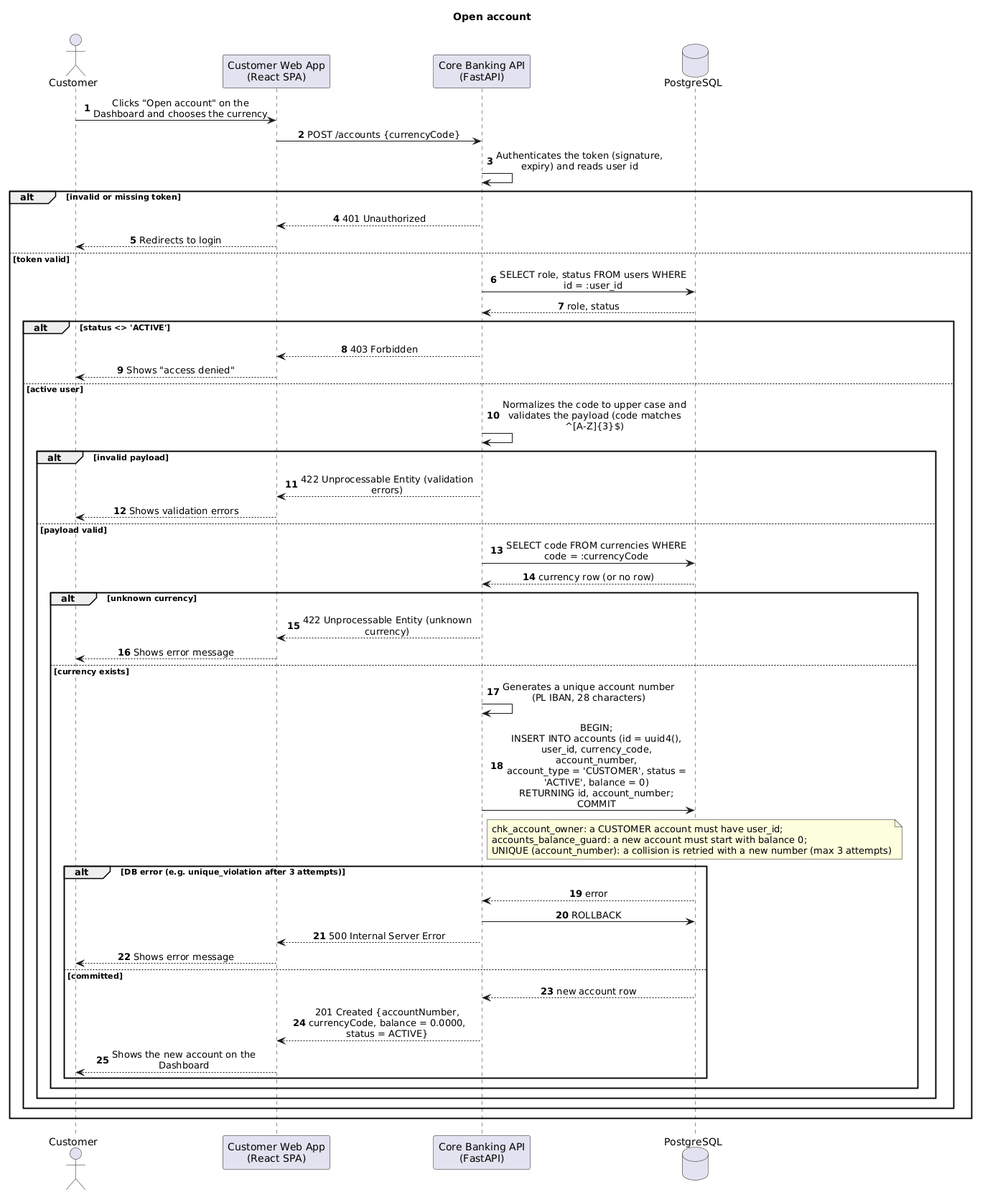
Earlier version of the PlantUML export docs/sequence_diagrams/png/open_account_sequence.png (K0D1Z/software-engineering-project). Source of this version:
```plantuml
@startuml
title Open account
autonumber
skinparam sequenceMessageAlign center
skinparam responseMessageBelowArrow false
skinparam maxMessageSize 260

actor "Customer" as customer
participant "Customer Web App\n(React SPA)" as spa
participant "Core Banking API\n(FastAPI)" as api
database "PostgreSQL" as db

customer -> spa : Clicks "Open account" on the Dashboard and chooses the currency
spa -> api : POST /accounts {currencyCode}
api -> api : Authenticates the token (signature, expiry) and reads user id

alt invalid or missing token
    api --> spa : 401 Unauthorized
    spa --> customer : Redirects to login
else token valid
    api -> db : SELECT role, status FROM users WHERE id = :user_id
    db --> api : role, status
    alt status <> 'ACTIVE'
        api --> spa : 403 Forbidden
        spa --> customer : Shows "access denied"
    else active user
        api -> api : Normalizes the code to upper case and validates the payload (code matches ^[A-Z]{3}$)
        alt invalid payload
            api --> spa : 422 Unprocessable Entity (validation errors)
            spa --> customer : Shows validation errors
        else payload valid
            api -> db : SELECT code FROM currencies WHERE code = :currencyCode
            db --> api : currency row (or no row)
            alt unknown currency
                api --> spa : 422 Unprocessable Entity (unknown currency)
                spa --> customer : Shows error message
            else currency exists
                api -> api : Generates a unique account number (PL IBAN, 28 characters)
                api -> db : BEGIN;\nINSERT INTO accounts (id = uuid4(), user_id, currency_code, account_number,\naccount_type = 'CUSTOMER', status = 'ACTIVE', balance = 0)\nRETURNING id, account_number;\nCOMMIT
                note over db
                    chk_account_owner: a CUSTOMER account must have user_id;
                    accounts_balance_guard: a new account must start with balance 0;
                    UNIQUE (account_number): a collision is retried with a new number (max 3 attempts)
                end note
                alt DB error (e.g. unique_violation after 3 attempts)
                    db --> api : error
                    api -> db : ROLLBACK
                    api --> spa : 500 Internal Server Error
                    spa --> customer : Shows error message
                else committed
                    db --> api : new account row
                    api --> spa : 201 Created {accountNumber, currencyCode, balance = 0.0000, status = ACTIVE}
                    spa --> customer : Shows the new account on the Dashboard
                end
            end
        end
    end
end
@enduml
```
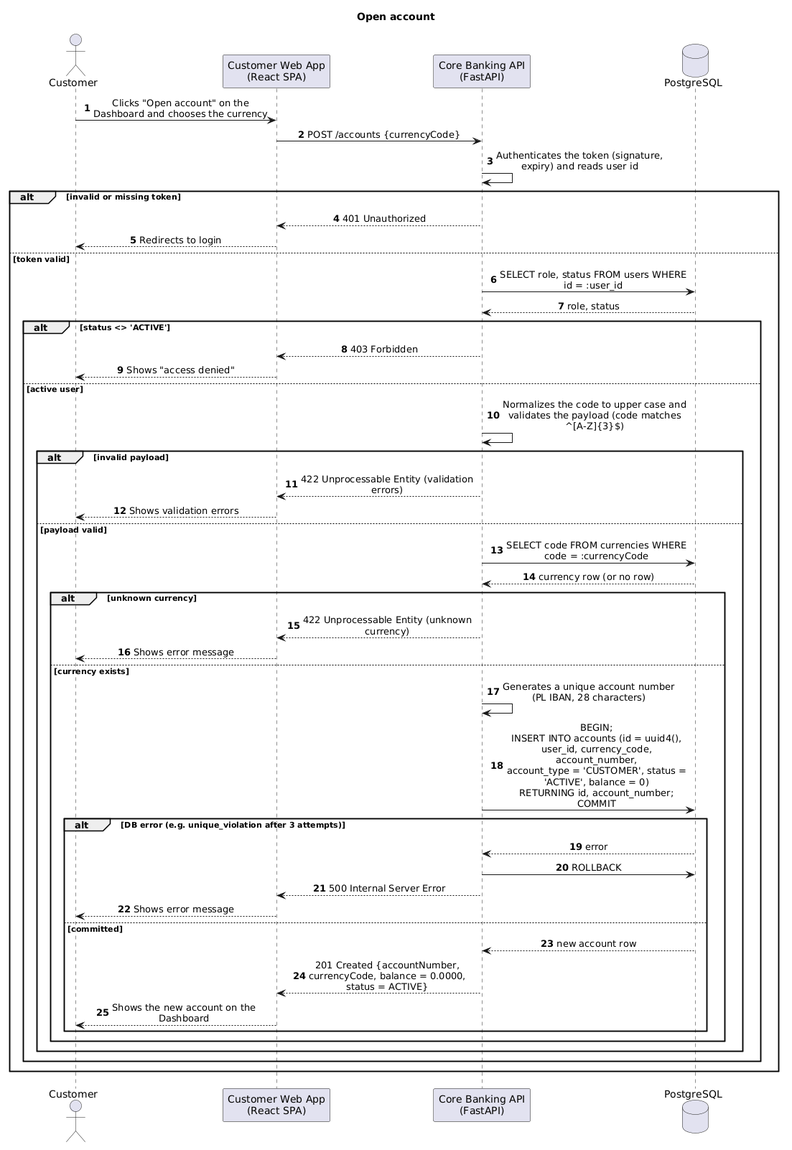
Later version of the same file.

The edit, as a diff of the source:
```diff
@@ -37,11 +37,6 @@
             else currency exists
                 api -> api : Generates a unique account number (PL IBAN, 28 characters)
                 api -> db : BEGIN;\nINSERT INTO accounts (id = uuid4(), user_id, currency_code, account_number,\naccount_type = 'CUSTOMER', status = 'ACTIVE', balance = 0)\nRETURNING id, account_number;\nCOMMIT
-                note over db
-                    chk_account_owner: a CUSTOMER account must have user_id;
-                    accounts_balance_guard: a new account must start with balance 0;
-                    UNIQUE (account_number): a collision is retried with a new number (max 3 attempts)
-                end note
                 alt DB error (e.g. unique_violation after 3 attempts)
                     db --> api : error
                     api -> db : ROLLBACK
```
